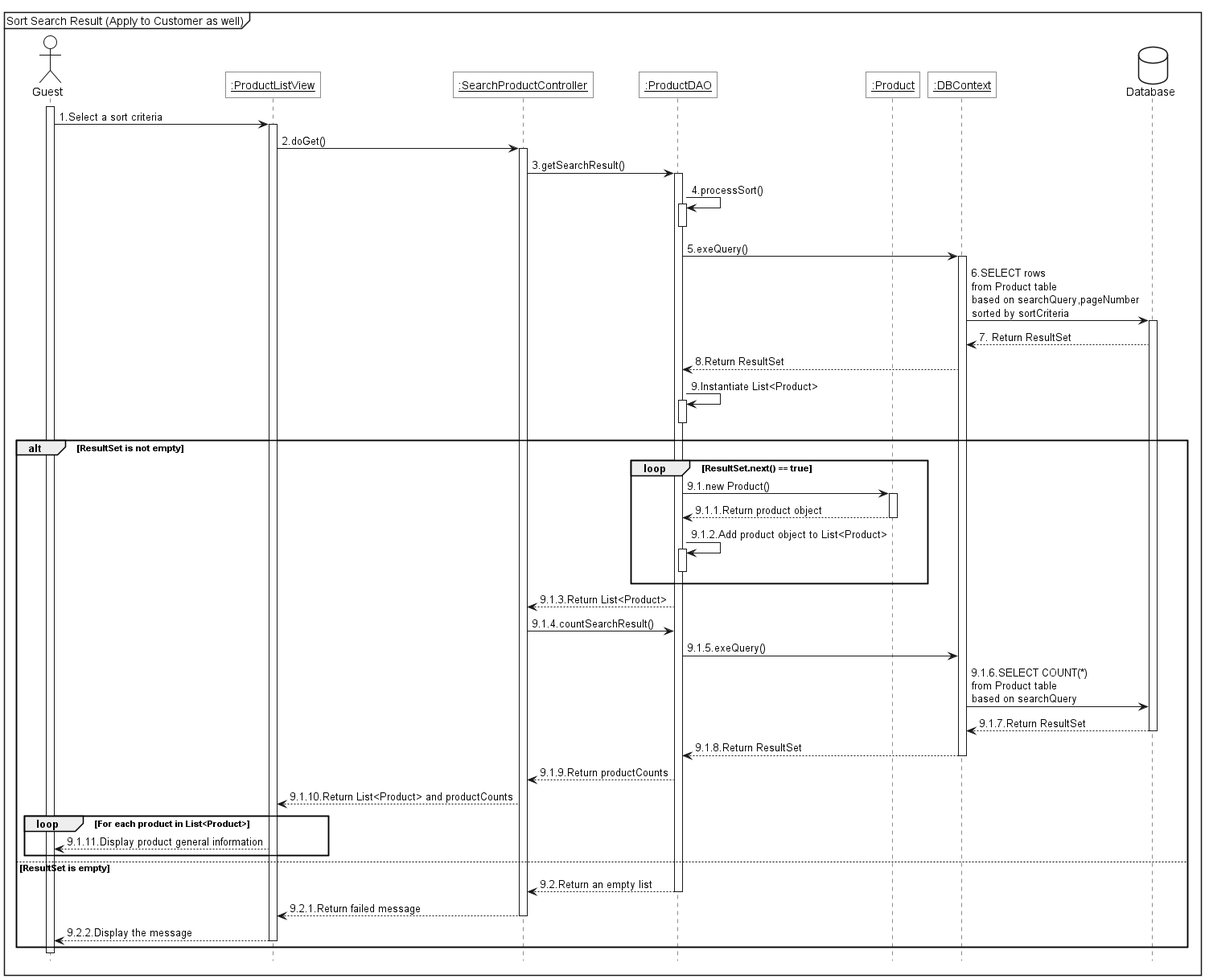
This is diagram/sequence/product/out/guest-customer/guest_sort_search_result/guest_sort_search_result/guest_sort_search_result.png from tienminhthanh/ProjectSWP391, a PlantUML export, as it was before one commit. Source of this version:
```plantuml
@startuml
<style>
    sequenceDiagram {
        actor { BackgroundColor white; LineThickness 1.0 }
        participant { BackgroundColor white; RoundCorner 0 }
        database { BackgroundColor white }
    }

</style>

hide footbox

mainframe Sort Search Result (Apply to Customer as well)

actor Guest as act

participant "<u>:ProductListView" as view
participant "<u>:SearchProductController" as ctrl
participant "<u>:ProductDAO" as dao
participant "<u>:Product" as product
participant "<u>:DBContext" as ctx

database Database as db

act++
act->view++:1.Select a sort criteria
view->ctrl++:2.doGet()
ctrl->dao++:3.getSearchResult()
dao->dao++:4.processSort()
dao--
dao->ctx++:5.exeQuery()
ctx -> db++:6.SELECT rows\nfrom Product table\nbased on searchQuery,pageNumber\nsorted by sortCriteria
db -->ctx:7. Return ResultSet
ctx-->dao:8.Return ResultSet
dao->dao++:9.Instantiate List<Product>
dao--

alt ResultSet is not empty
    loop ResultSet.next() == true
       dao -> product++:9.1.new Product()
        product --> dao--:9.1.1.Return product object
        dao->dao++:9.1.2.Add product object to List<Product>
        dao--
    end

    dao --> ctrl:9.1.3.Return List<Product>
    ctrl ->dao:9.1.4.countSearchResult()
    dao -> ctx:9.1.5.exeQuery()
    ctx -> db:9.1.6.SELECT COUNT(*)\nfrom Product table\nbased on searchQuery
    db-->ctx--:9.1.7.Return ResultSet
    ctx-->dao--:9.1.8.Return ResultSet
    dao --> ctrl:9.1.9.Return productCounts
    ctrl --> view:9.1.10.Return List<Product> and productCounts
    loop For each product in List<Product>
        view --> act:9.1.11.Display product general information
    end
else ResultSet is empty
    dao --> ctrl--: 9.2.Return an empty list
    ctrl --> view--: 9.2.1.Return failed message
    view --> act--:9.2.2.Display the message
end
act--
@enduml
```
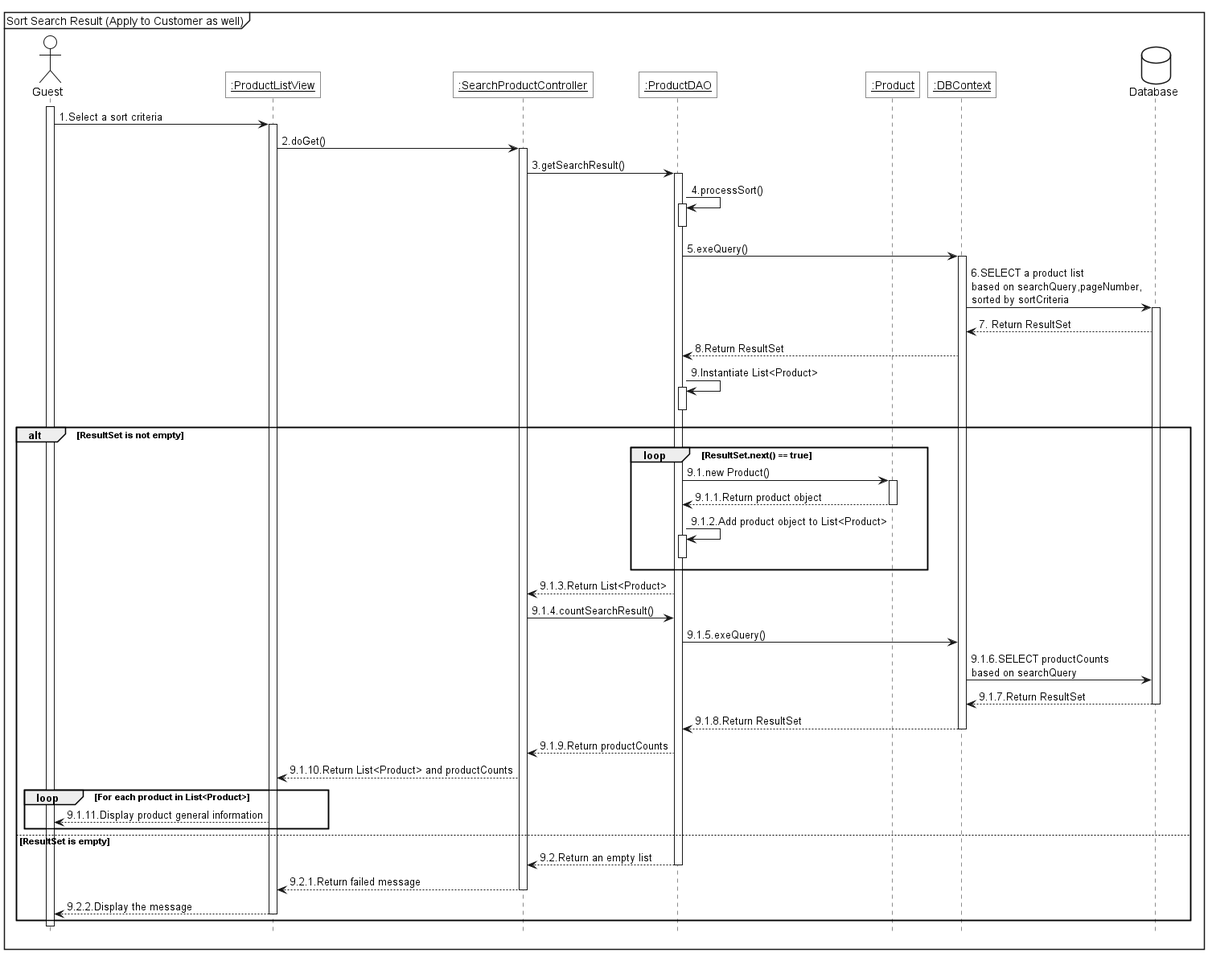
Above is the later version.

What changed in the source:
```diff
@@ -29,7 +29,7 @@
 dao->dao++:4.processSort()
 dao--
 dao->ctx++:5.exeQuery()
-ctx -> db++:6.SELECT rows\nfrom Product table\nbased on searchQuery,pageNumber\nsorted by sortCriteria
+ctx -> db++:6.SELECT a product list\nbased on searchQuery,pageNumber,\nsorted by sortCriteria
 db -->ctx:7. Return ResultSet
 ctx-->dao:8.Return ResultSet
 dao->dao++:9.Instantiate List<Product>
@@ -46,7 +46,7 @@
     dao --> ctrl:9.1.3.Return List<Product>
     ctrl ->dao:9.1.4.countSearchResult()
     dao -> ctx:9.1.5.exeQuery()
-    ctx -> db:9.1.6.SELECT COUNT(*)\nfrom Product table\nbased on searchQuery
+    ctx -> db:9.1.6.SELECT productCounts\nbased on searchQuery
     db-->ctx--:9.1.7.Return ResultSet
     ctx-->dao--:9.1.8.Return ResultSet
     dao --> ctrl:9.1.9.Return productCounts
```
